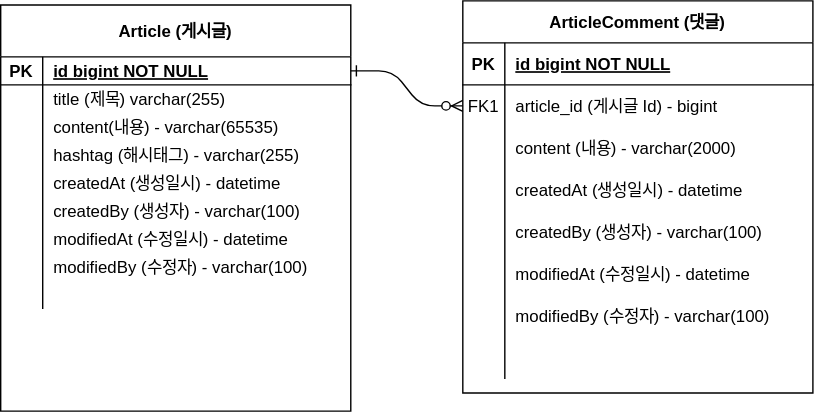
The draw.io diagram document/project-board-erd.drawio.svg in nomoreFt/java-spring-practice, before a commit. Source tidied: cells renumbered, new cells last; positions are measured from the earlier drawing's top-left corner, leaving out a move shared by most shapes.
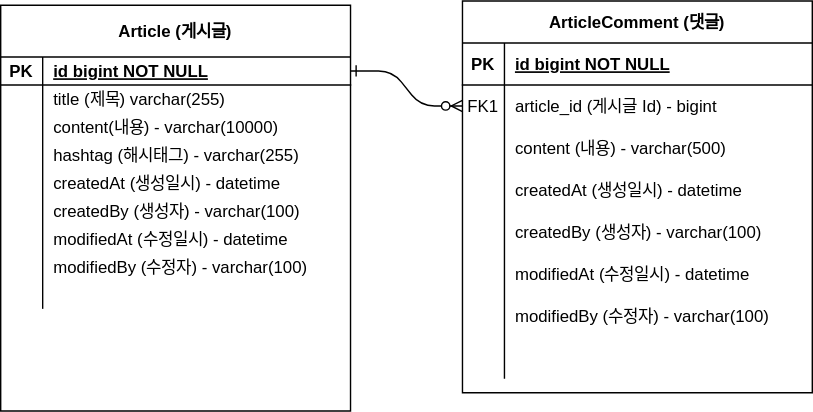
The same file after the commit.

Commit message:
#10-erd 업데이트

What changed in the source:
```diff
@@ -32,7 +32,7 @@
     <mxCell id="11" style="shape=partialRectangle;overflow=hidden;fillColor=none;top=0;left=0;bottom=0;right=0;" parent="10" vertex="1">
       <mxGeometry width="30" height="30" as="geometry" />
     </mxCell>
-    <mxCell id="12" value="content (내용) - varchar(2000)" style="shape=partialRectangle;overflow=hidden;fillColor=none;top=0;left=0;bottom=0;right=0;align=left;spacingLeft=6;" parent="10" vertex="1">
+    <mxCell id="12" value="content (내용) - varchar(500)" style="shape=partialRectangle;overflow=hidden;fillColor=none;top=0;left=0;bottom=0;right=0;align=left;spacingLeft=6;" parent="10" vertex="1">
       <mxGeometry x="30" width="220" height="30" as="geometry" />
     </mxCell>
     <mxCell id="13" style="shape=partialRectangle;fillColor=none;top=0;left=0;right=0;bottom=0;" parent="3" vertex="1">
@@ -107,7 +107,7 @@
     <mxCell id="36" value="    " style="shape=partialRectangle;overflow=hidden;fillColor=none;top=0;left=0;bottom=0;right=0;" parent="35" vertex="1">
       <mxGeometry width="30" height="20" as="geometry" />
     </mxCell>
-    <mxCell id="37" value="content(내용) - varchar(65535)" style="shape=partialRectangle;overflow=hidden;fillColor=none;top=0;left=0;bottom=0;right=0;align=left;spacingLeft=6;" parent="35" vertex="1">
+    <mxCell id="37" value="content(내용) - varchar(10000)" style="shape=partialRectangle;overflow=hidden;fillColor=none;top=0;left=0;bottom=0;right=0;align=left;spacingLeft=6;" parent="35" vertex="1">
       <mxGeometry x="30" width="220" height="20" as="geometry" />
     </mxCell>
     <mxCell id="38" style="shape=partialRectangle;fillColor=none;top=0;left=0;right=0;bottom=0;" parent="28" vertex="1">
```
